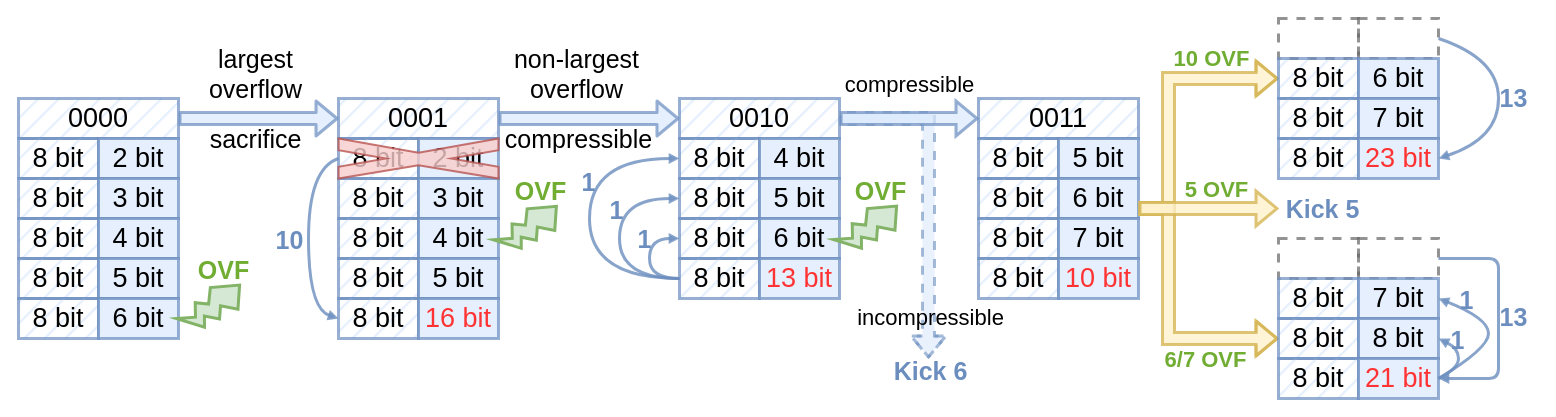
sql0316/hello-world keeps this draw.io diagram as page "running" (4 of 11) of EC.drawio. Above is the earlier version. Source tidied: cells renumbered, new cells numbered last; positions are measured from the earlier drawing's top-left corner, leaving out a move shared by most shapes. Both pictures are drawn from the tidied source at 100%, with x=0, y=0 at pixel (18, 18).
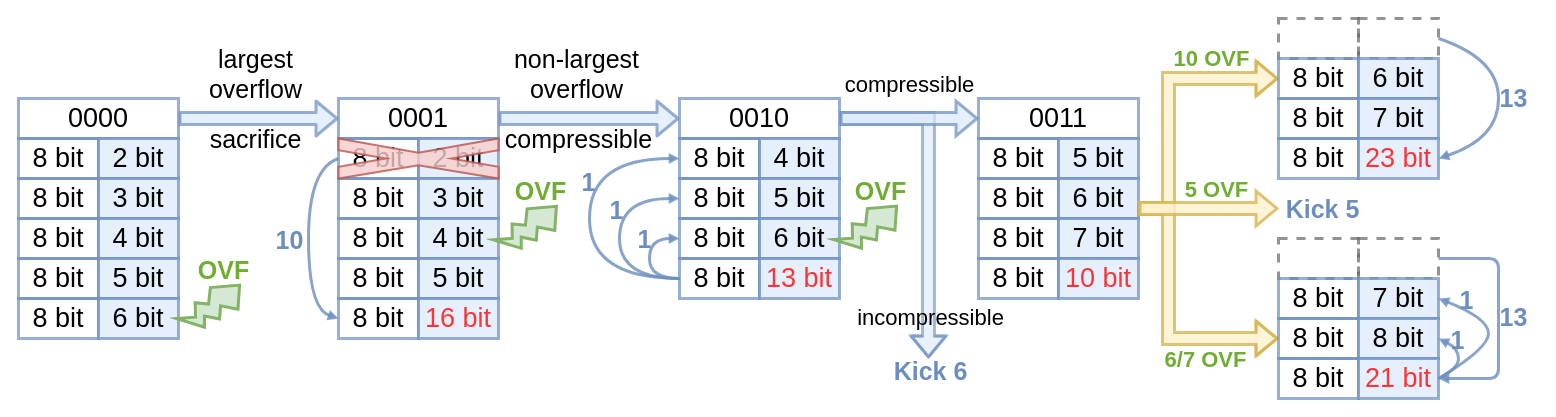
The same diagram, later.

What changed in the source:
```diff
@@
-    <mxCell id="6" style="jettySize=auto;html=1;startArrow=none;startFill=0;endArrow=block;endFill=0;strokeColor=#6c8ebf;strokeWidth=3;fontStyle=1;jumpStyle=gap;jumpSize=10;rounded=0;fontFamily=Helvetica;fontSize=30;fillColor=#dae8fc;shape=flexArrow;gradientDirection=south;opacity=60;exitX=1;exitY=0.5;exitDx=0;exitDy=0;dashed=1;" parent="1" edge="1" source="33">
+    <mxCell id="6" style="jettySize=auto;html=1;startArrow=none;startFill=0;endArrow=block;endFill=0;strokeColor=#6c8ebf;strokeWidth=3;fontStyle=1;jumpStyle=gap;jumpSize=10;rounded=0;fontFamily=Helvetica;fontSize=30;fillColor=#dae8fc;shape=flexArrow;gradientDirection=south;opacity=60;exitX=1;exitY=0.5;exitDx=0;exitDy=0;" parent="1" edge="1" source="33">
       <mxGeometry relative="1" as="geometry">
         <mxPoint x="910" y="340" as="targetPoint" />
         <Array as="points">
           <mxPoint x="910" y="100" />
         </Array>
       </mxGeometry>
     </mxCell>
@@
-    <mxCell id="8" value="&lt;font style=&quot;font-size: 27px;&quot;&gt;&lt;font style=&quot;font-size: 27px;&quot;&gt;0000&lt;/font&gt;&lt;br style=&quot;font-size: 27px;&quot;&gt;&lt;/font&gt;" style="rounded=0;whiteSpace=wrap;html=1;fontFamily=Helvetica;strokeWidth=3;fillColor=#dae8fc;strokeColor=#6c8ebf;fontSize=27;fillStyle=hatch;opacity=70;" parent="1" vertex="1">
+    <mxCell id="8" value="&lt;font style=&quot;font-size: 27px;&quot;&gt;&lt;font style=&quot;font-size: 27px;&quot;&gt;0000&lt;/font&gt;&lt;br style=&quot;font-size: 27px;&quot;&gt;&lt;/font&gt;" style="rounded=0;whiteSpace=wrap;html=1;fontFamily=Helvetica;strokeWidth=3;fillColor=none;strokeColor=#6c8ebf;fontSize=27;fillStyle=hatch;opacity=70;" parent="1" vertex="1">
       <mxGeometry y="80" width="160" height="40" as="geometry" />
     </mxCell>
-    <mxCell id="9" value="&lt;font style=&quot;font-size: 27px;&quot;&gt;&lt;font style=&quot;font-size: 27px;&quot;&gt;8 bit&lt;/font&gt;&lt;br style=&quot;font-size: 27px;&quot;&gt;&lt;/font&gt;" style="rounded=0;whiteSpace=wrap;html=1;fontFamily=Helvetica;strokeWidth=3;fillColor=#dae8fc;strokeColor=#6c8ebf;fontSize=27;fillStyle=hatch;opacity=70;" parent="1" vertex="1">
+    <mxCell id="9" value="&lt;font style=&quot;font-size: 27px;&quot;&gt;&lt;font style=&quot;font-size: 27px;&quot;&gt;8 bit&lt;/font&gt;&lt;br style=&quot;font-size: 27px;&quot;&gt;&lt;/font&gt;" style="rounded=0;whiteSpace=wrap;html=1;fontFamily=Helvetica;strokeWidth=3;fillColor=none;strokeColor=#6c8ebf;fontSize=27;fillStyle=hatch;opacity=70;" parent="1" vertex="1">
       <mxGeometry y="120" width="80" height="40" as="geometry" />
     </mxCell>
@@
-    <mxCell id="11" value="&lt;font style=&quot;font-size: 27px;&quot;&gt;&lt;font style=&quot;font-size: 27px;&quot;&gt;8 bit&lt;/font&gt;&lt;br style=&quot;font-size: 27px;&quot;&gt;&lt;/font&gt;" style="rounded=0;whiteSpace=wrap;html=1;fontFamily=Helvetica;strokeWidth=3;fillColor=#dae8fc;strokeColor=#6c8ebf;fontSize=27;fillStyle=hatch;opacity=70;" parent="1" vertex="1">
+    <mxCell id="11" value="&lt;font style=&quot;font-size: 27px;&quot;&gt;&lt;font style=&quot;font-size: 27px;&quot;&gt;8 bit&lt;/font&gt;&lt;br style=&quot;font-size: 27px;&quot;&gt;&lt;/font&gt;" style="rounded=0;whiteSpace=wrap;html=1;fontFamily=Helvetica;strokeWidth=3;fillColor=none;strokeColor=#6c8ebf;fontSize=27;fillStyle=hatch;opacity=70;" parent="1" vertex="1">
       <mxGeometry y="160" width="80" height="40" as="geometry" />
     </mxCell>
@@
-    <mxCell id="13" value="&lt;font style=&quot;font-size: 27px;&quot;&gt;&lt;font style=&quot;font-size: 27px;&quot;&gt;8 bit&lt;/font&gt;&lt;br style=&quot;font-size: 27px;&quot;&gt;&lt;/font&gt;" style="rounded=0;whiteSpace=wrap;html=1;fontFamily=Helvetica;strokeWidth=3;fillColor=#dae8fc;strokeColor=#6c8ebf;fontSize=27;fillStyle=hatch;opacity=70;" parent="1" vertex="1">
+    <mxCell id="13" value="&lt;font style=&quot;font-size: 27px;&quot;&gt;&lt;font style=&quot;font-size: 27px;&quot;&gt;8 bit&lt;/font&gt;&lt;br style=&quot;font-size: 27px;&quot;&gt;&lt;/font&gt;" style="rounded=0;whiteSpace=wrap;html=1;fontFamily=Helvetica;strokeWidth=3;fillColor=none;strokeColor=#6c8ebf;fontSize=27;fillStyle=hatch;opacity=70;" parent="1" vertex="1">
       <mxGeometry y="200" width="80" height="40" as="geometry" />
     </mxCell>
@@
-    <mxCell id="15" value="&lt;font style=&quot;font-size: 27px;&quot;&gt;&lt;font style=&quot;font-size: 27px;&quot;&gt;8 bit&lt;/font&gt;&lt;br style=&quot;font-size: 27px;&quot;&gt;&lt;/font&gt;" style="rounded=0;whiteSpace=wrap;html=1;fontFamily=Helvetica;strokeWidth=3;fillColor=#dae8fc;strokeColor=#6c8ebf;fontSize=27;fillStyle=hatch;opacity=70;" parent="1" vertex="1">
+    <mxCell id="15" value="&lt;font style=&quot;font-size: 27px;&quot;&gt;&lt;font style=&quot;font-size: 27px;&quot;&gt;8 bit&lt;/font&gt;&lt;br style=&quot;font-size: 27px;&quot;&gt;&lt;/font&gt;" style="rounded=0;whiteSpace=wrap;html=1;fontFamily=Helvetica;strokeWidth=3;fillColor=none;strokeColor=#6c8ebf;fontSize=27;fillStyle=hatch;opacity=70;" parent="1" vertex="1">
       <mxGeometry y="240" width="80" height="40" as="geometry" />
     </mxCell>
@@
-    <mxCell id="17" value="&lt;font style=&quot;font-size: 27px;&quot;&gt;&lt;font style=&quot;font-size: 27px;&quot;&gt;8 bit&lt;/font&gt;&lt;br style=&quot;font-size: 27px;&quot;&gt;&lt;/font&gt;" style="rounded=0;whiteSpace=wrap;html=1;fontFamily=Helvetica;strokeWidth=3;fillColor=#dae8fc;strokeColor=#6c8ebf;fontSize=27;fillStyle=hatch;opacity=70;" parent="1" vertex="1">
+    <mxCell id="17" value="&lt;font style=&quot;font-size: 27px;&quot;&gt;&lt;font style=&quot;font-size: 27px;&quot;&gt;8 bit&lt;/font&gt;&lt;br style=&quot;font-size: 27px;&quot;&gt;&lt;/font&gt;" style="rounded=0;whiteSpace=wrap;html=1;fontFamily=Helvetica;strokeWidth=3;fillColor=none;strokeColor=#6c8ebf;fontSize=27;fillStyle=hatch;opacity=70;" parent="1" vertex="1">
       <mxGeometry y="280" width="80" height="40" as="geometry" />
     </mxCell>
@@
-    <mxCell id="19" value="&lt;font style=&quot;font-size: 27px;&quot;&gt;&lt;font style=&quot;font-size: 27px;&quot;&gt;0001&lt;/font&gt;&lt;br style=&quot;font-size: 27px;&quot;&gt;&lt;/font&gt;" style="rounded=0;whiteSpace=wrap;html=1;fontFamily=Helvetica;strokeWidth=3;fillColor=#dae8fc;strokeColor=#6c8ebf;fontSize=27;fillStyle=hatch;opacity=70;" parent="1" vertex="1">
+    <mxCell id="19" value="&lt;font style=&quot;font-size: 27px;&quot;&gt;&lt;font style=&quot;font-size: 27px;&quot;&gt;0001&lt;/font&gt;&lt;br style=&quot;font-size: 27px;&quot;&gt;&lt;/font&gt;" style="rounded=0;whiteSpace=wrap;html=1;fontFamily=Helvetica;strokeWidth=3;fillColor=none;strokeColor=#6c8ebf;fontSize=27;fillStyle=hatch;opacity=70;" parent="1" vertex="1">
       <mxGeometry x="320" y="80" width="160" height="40" as="geometry" />
     </mxCell>
-    <mxCell id="20" value="&lt;font style=&quot;font-size: 27px;&quot;&gt;&lt;font style=&quot;font-size: 27px;&quot;&gt;8 bit&lt;/font&gt;&lt;br style=&quot;font-size: 27px;&quot;&gt;&lt;/font&gt;" style="rounded=0;whiteSpace=wrap;html=1;fontFamily=Helvetica;strokeWidth=3;fillColor=#dae8fc;strokeColor=#6c8ebf;fontSize=27;fillStyle=hatch;opacity=70;" parent="1" vertex="1">
+    <mxCell id="20" value="&lt;font style=&quot;font-size: 27px;&quot;&gt;&lt;font style=&quot;font-size: 27px;&quot;&gt;8 bit&lt;/font&gt;&lt;br style=&quot;font-size: 27px;&quot;&gt;&lt;/font&gt;" style="rounded=0;whiteSpace=wrap;html=1;fontFamily=Helvetica;strokeWidth=3;fillColor=none;strokeColor=#6c8ebf;fontSize=27;fillStyle=hatch;opacity=70;" parent="1" vertex="1">
       <mxGeometry x="320" y="120" width="80" height="40" as="geometry" />
     </mxCell>
@@
-    <mxCell id="22" value="&lt;font style=&quot;font-size: 27px;&quot;&gt;&lt;font style=&quot;font-size: 27px;&quot;&gt;8 bit&lt;/font&gt;&lt;br style=&quot;font-size: 27px;&quot;&gt;&lt;/font&gt;" style="rounded=0;whiteSpace=wrap;html=1;fontFamily=Helvetica;strokeWidth=3;fillColor=#dae8fc;strokeColor=#6c8ebf;fontSize=27;fillStyle=hatch;opacity=70;" parent="1" vertex="1">
+    <mxCell id="22" value="&lt;font style=&quot;font-size: 27px;&quot;&gt;&lt;font style=&quot;font-size: 27px;&quot;&gt;8 bit&lt;/font&gt;&lt;br style=&quot;font-size: 27px;&quot;&gt;&lt;/font&gt;" style="rounded=0;whiteSpace=wrap;html=1;fontFamily=Helvetica;strokeWidth=3;fillColor=none;strokeColor=#6c8ebf;fontSize=27;fillStyle=hatch;opacity=70;" parent="1" vertex="1">
       <mxGeometry x="320" y="160" width="80" height="40" as="geometry" />
     </mxCell>
@@
-    <mxCell id="24" value="&lt;font style=&quot;font-size: 27px;&quot;&gt;&lt;font style=&quot;font-size: 27px;&quot;&gt;8 bit&lt;/font&gt;&lt;br style=&quot;font-size: 27px;&quot;&gt;&lt;/font&gt;" style="rounded=0;whiteSpace=wrap;html=1;fontFamily=Helvetica;strokeWidth=3;fillColor=#dae8fc;strokeColor=#6c8ebf;fontSize=27;fillStyle=hatch;opacity=70;" parent="1" vertex="1">
+    <mxCell id="24" value="&lt;font style=&quot;font-size: 27px;&quot;&gt;&lt;font style=&quot;font-size: 27px;&quot;&gt;8 bit&lt;/font&gt;&lt;br style=&quot;font-size: 27px;&quot;&gt;&lt;/font&gt;" style="rounded=0;whiteSpace=wrap;html=1;fontFamily=Helvetica;strokeWidth=3;fillColor=none;strokeColor=#6c8ebf;fontSize=27;fillStyle=hatch;opacity=70;" parent="1" vertex="1">
       <mxGeometry x="320" y="200" width="80" height="40" as="geometry" />
     </mxCell>
@@
-    <mxCell id="26" value="&lt;font style=&quot;font-size: 27px;&quot;&gt;&lt;font style=&quot;font-size: 27px;&quot;&gt;8 bit&lt;/font&gt;&lt;br style=&quot;font-size: 27px;&quot;&gt;&lt;/font&gt;" style="rounded=0;whiteSpace=wrap;html=1;fontFamily=Helvetica;strokeWidth=3;fillColor=#dae8fc;strokeColor=#6c8ebf;fontSize=27;fillStyle=hatch;opacity=70;" parent="1" vertex="1">
+    <mxCell id="26" value="&lt;font style=&quot;font-size: 27px;&quot;&gt;&lt;font style=&quot;font-size: 27px;&quot;&gt;8 bit&lt;/font&gt;&lt;br style=&quot;font-size: 27px;&quot;&gt;&lt;/font&gt;" style="rounded=0;whiteSpace=wrap;html=1;fontFamily=Helvetica;strokeWidth=3;fillColor=none;strokeColor=#6c8ebf;fontSize=27;fillStyle=hatch;opacity=70;" parent="1" vertex="1">
       <mxGeometry x="320" y="240" width="80" height="40" as="geometry" />
     </mxCell>
@@
-    <mxCell id="28" value="&lt;font style=&quot;font-size: 27px;&quot;&gt;&lt;font style=&quot;font-size: 27px;&quot;&gt;8 bit&lt;/font&gt;&lt;br style=&quot;font-size: 27px;&quot;&gt;&lt;/font&gt;" style="rounded=0;whiteSpace=wrap;html=1;fontFamily=Helvetica;strokeWidth=3;fillColor=#dae8fc;strokeColor=#6c8ebf;fontSize=27;fillStyle=hatch;opacity=70;" parent="1" vertex="1">
+    <mxCell id="28" value="&lt;font style=&quot;font-size: 27px;&quot;&gt;&lt;font style=&quot;font-size: 27px;&quot;&gt;8 bit&lt;/font&gt;&lt;br style=&quot;font-size: 27px;&quot;&gt;&lt;/font&gt;" style="rounded=0;whiteSpace=wrap;html=1;fontFamily=Helvetica;strokeWidth=3;fillColor=none;strokeColor=#6c8ebf;fontSize=27;fillStyle=hatch;opacity=70;" parent="1" vertex="1">
       <mxGeometry x="320" y="280" width="80" height="40" as="geometry" />
     </mxCell>
@@
-    <mxCell id="33" value="&lt;font style=&quot;font-size: 27px;&quot;&gt;&lt;font style=&quot;font-size: 27px;&quot;&gt;0010&lt;/font&gt;&lt;br style=&quot;font-size: 27px;&quot;&gt;&lt;/font&gt;" style="rounded=0;whiteSpace=wrap;html=1;fontFamily=Helvetica;strokeWidth=3;fillColor=#dae8fc;strokeColor=#6c8ebf;fontSize=27;fillStyle=hatch;opacity=70;" parent="1" vertex="1">
+    <mxCell id="33" value="&lt;font style=&quot;font-size: 27px;&quot;&gt;&lt;font style=&quot;font-size: 27px;&quot;&gt;0010&lt;/font&gt;&lt;br style=&quot;font-size: 27px;&quot;&gt;&lt;/font&gt;" style="rounded=0;whiteSpace=wrap;html=1;fontFamily=Helvetica;strokeWidth=3;fillColor=none;strokeColor=#6c8ebf;fontSize=27;fillStyle=hatch;opacity=70;" parent="1" vertex="1">
       <mxGeometry x="661" y="80" width="160" height="40" as="geometry" />
     </mxCell>
-    <mxCell id="34" value="&lt;font style=&quot;font-size: 27px;&quot;&gt;&lt;font style=&quot;font-size: 27px;&quot;&gt;8 bit&lt;/font&gt;&lt;br style=&quot;font-size: 27px;&quot;&gt;&lt;/font&gt;" style="rounded=0;whiteSpace=wrap;html=1;fontFamily=Helvetica;strokeWidth=3;fillColor=#dae8fc;strokeColor=#6c8ebf;fontSize=27;fillStyle=hatch;opacity=70;" parent="1" vertex="1">
+    <mxCell id="34" value="&lt;font style=&quot;font-size: 27px;&quot;&gt;&lt;font style=&quot;font-size: 27px;&quot;&gt;8 bit&lt;/font&gt;&lt;br style=&quot;font-size: 27px;&quot;&gt;&lt;/font&gt;" style="rounded=0;whiteSpace=wrap;html=1;fontFamily=Helvetica;strokeWidth=3;fillColor=none;strokeColor=#6c8ebf;fontSize=27;fillStyle=hatch;opacity=70;" parent="1" vertex="1">
       <mxGeometry x="661" y="120" width="80" height="40" as="geometry" />
     </mxCell>
@@
-    <mxCell id="36" value="&lt;font style=&quot;font-size: 27px;&quot;&gt;&lt;font style=&quot;font-size: 27px;&quot;&gt;8 bit&lt;/font&gt;&lt;br style=&quot;font-size: 27px;&quot;&gt;&lt;/font&gt;" style="rounded=0;whiteSpace=wrap;html=1;fontFamily=Helvetica;strokeWidth=3;fillColor=#dae8fc;strokeColor=#6c8ebf;fontSize=27;fillStyle=hatch;opacity=70;" parent="1" vertex="1">
+    <mxCell id="36" value="&lt;font style=&quot;font-size: 27px;&quot;&gt;&lt;font style=&quot;font-size: 27px;&quot;&gt;8 bit&lt;/font&gt;&lt;br style=&quot;font-size: 27px;&quot;&gt;&lt;/font&gt;" style="rounded=0;whiteSpace=wrap;html=1;fontFamily=Helvetica;strokeWidth=3;fillColor=none;strokeColor=#6c8ebf;fontSize=27;fillStyle=hatch;opacity=70;" parent="1" vertex="1">
       <mxGeometry x="661" y="160" width="80" height="40" as="geometry" />
     </mxCell>
@@
-    <mxCell id="38" value="&lt;font style=&quot;font-size: 27px;&quot;&gt;&lt;font style=&quot;font-size: 27px;&quot;&gt;8 bit&lt;/font&gt;&lt;br style=&quot;font-size: 27px;&quot;&gt;&lt;/font&gt;" style="rounded=0;whiteSpace=wrap;html=1;fontFamily=Helvetica;strokeWidth=3;fillColor=#dae8fc;strokeColor=#6c8ebf;fontSize=27;fillStyle=hatch;opacity=70;" parent="1" vertex="1">
+    <mxCell id="38" value="&lt;font style=&quot;font-size: 27px;&quot;&gt;&lt;font style=&quot;font-size: 27px;&quot;&gt;8 bit&lt;/font&gt;&lt;br style=&quot;font-size: 27px;&quot;&gt;&lt;/font&gt;" style="rounded=0;whiteSpace=wrap;html=1;fontFamily=Helvetica;strokeWidth=3;fillColor=none;strokeColor=#6c8ebf;fontSize=27;fillStyle=hatch;opacity=70;" parent="1" vertex="1">
       <mxGeometry x="661" y="200" width="80" height="40" as="geometry" />
     </mxCell>
@@
-    <mxCell id="40" value="&lt;font style=&quot;font-size: 27px;&quot;&gt;&lt;font style=&quot;font-size: 27px;&quot;&gt;8 bit&lt;/font&gt;&lt;br style=&quot;font-size: 27px;&quot;&gt;&lt;/font&gt;" style="rounded=0;whiteSpace=wrap;html=1;fontFamily=Helvetica;strokeWidth=3;fillColor=#dae8fc;strokeColor=#6c8ebf;fontSize=27;fillStyle=hatch;opacity=70;" parent="1" vertex="1">
+    <mxCell id="40" value="&lt;font style=&quot;font-size: 27px;&quot;&gt;&lt;font style=&quot;font-size: 27px;&quot;&gt;8 bit&lt;/font&gt;&lt;br style=&quot;font-size: 27px;&quot;&gt;&lt;/font&gt;" style="rounded=0;whiteSpace=wrap;html=1;fontFamily=Helvetica;strokeWidth=3;fillColor=none;strokeColor=#6c8ebf;fontSize=27;fillStyle=hatch;opacity=70;" parent="1" vertex="1">
       <mxGeometry x="661" y="240" width="80" height="40" as="geometry" />
     </mxCell>
@@
-    <mxCell id="58" value="&lt;font style=&quot;font-size: 27px;&quot;&gt;&lt;font style=&quot;font-size: 27px;&quot;&gt;0011&lt;/font&gt;&lt;br style=&quot;font-size: 27px;&quot;&gt;&lt;/font&gt;" style="rounded=0;whiteSpace=wrap;html=1;fontFamily=Helvetica;strokeWidth=3;fillColor=#dae8fc;strokeColor=#6c8ebf;fontSize=27;fillStyle=hatch;opacity=70;" parent="1" vertex="1">
+    <mxCell id="58" value="&lt;font style=&quot;font-size: 27px;&quot;&gt;&lt;font style=&quot;font-size: 27px;&quot;&gt;0011&lt;/font&gt;&lt;br style=&quot;font-size: 27px;&quot;&gt;&lt;/font&gt;" style="rounded=0;whiteSpace=wrap;html=1;fontFamily=Helvetica;strokeWidth=3;fillColor=none;strokeColor=#6c8ebf;fontSize=27;fillStyle=hatch;opacity=70;" parent="1" vertex="1">
       <mxGeometry x="960" y="80" width="160" height="40" as="geometry" />
     </mxCell>
-    <mxCell id="59" value="&lt;font style=&quot;font-size: 27px;&quot;&gt;&lt;font style=&quot;font-size: 27px;&quot;&gt;8 bit&lt;/font&gt;&lt;br style=&quot;font-size: 27px;&quot;&gt;&lt;/font&gt;" style="rounded=0;whiteSpace=wrap;html=1;fontFamily=Helvetica;strokeWidth=3;fillColor=#dae8fc;strokeColor=#6c8ebf;fontSize=27;fillStyle=hatch;opacity=70;" parent="1" vertex="1">
+    <mxCell id="59" value="&lt;font style=&quot;font-size: 27px;&quot;&gt;&lt;font style=&quot;font-size: 27px;&quot;&gt;8 bit&lt;/font&gt;&lt;br style=&quot;font-size: 27px;&quot;&gt;&lt;/font&gt;" style="rounded=0;whiteSpace=wrap;html=1;fontFamily=Helvetica;strokeWidth=3;fillColor=none;strokeColor=#6c8ebf;fontSize=27;fillStyle=hatch;opacity=70;" parent="1" vertex="1">
       <mxGeometry x="960" y="120" width="80" height="40" as="geometry" />
     </mxCell>
@@
-    <mxCell id="61" value="&lt;font style=&quot;font-size: 27px;&quot;&gt;&lt;font style=&quot;font-size: 27px;&quot;&gt;8 bit&lt;/font&gt;&lt;br style=&quot;font-size: 27px;&quot;&gt;&lt;/font&gt;" style="rounded=0;whiteSpace=wrap;html=1;fontFamily=Helvetica;strokeWidth=3;fillColor=#dae8fc;strokeColor=#6c8ebf;fontSize=27;fillStyle=hatch;opacity=70;" parent="1" vertex="1">
+    <mxCell id="61" value="&lt;font style=&quot;font-size: 27px;&quot;&gt;&lt;font style=&quot;font-size: 27px;&quot;&gt;8 bit&lt;/font&gt;&lt;br style=&quot;font-size: 27px;&quot;&gt;&lt;/font&gt;" style="rounded=0;whiteSpace=wrap;html=1;fontFamily=Helvetica;strokeWidth=3;fillColor=none;strokeColor=#6c8ebf;fontSize=27;fillStyle=hatch;opacity=70;" parent="1" vertex="1">
       <mxGeometry x="960" y="160" width="80" height="40" as="geometry" />
     </mxCell>
@@
-    <mxCell id="63" value="&lt;font style=&quot;font-size: 27px;&quot;&gt;&lt;font style=&quot;font-size: 27px;&quot;&gt;8 bit&lt;/font&gt;&lt;br style=&quot;font-size: 27px;&quot;&gt;&lt;/font&gt;" style="rounded=0;whiteSpace=wrap;html=1;fontFamily=Helvetica;strokeWidth=3;fillColor=#dae8fc;strokeColor=#6c8ebf;fontSize=27;fillStyle=hatch;opacity=70;" parent="1" vertex="1">
+    <mxCell id="63" value="&lt;font style=&quot;font-size: 27px;&quot;&gt;&lt;font style=&quot;font-size: 27px;&quot;&gt;8 bit&lt;/font&gt;&lt;br style=&quot;font-size: 27px;&quot;&gt;&lt;/font&gt;" style="rounded=0;whiteSpace=wrap;html=1;fontFamily=Helvetica;strokeWidth=3;fillColor=none;strokeColor=#6c8ebf;fontSize=27;fillStyle=hatch;opacity=70;" parent="1" vertex="1">
       <mxGeometry x="960" y="200" width="80" height="40" as="geometry" />
     </mxCell>
@@
-    <mxCell id="65" value="&lt;font style=&quot;font-size: 27px;&quot;&gt;&lt;font style=&quot;font-size: 27px;&quot;&gt;8 bit&lt;/font&gt;&lt;br style=&quot;font-size: 27px;&quot;&gt;&lt;/font&gt;" style="rounded=0;whiteSpace=wrap;html=1;fontFamily=Helvetica;strokeWidth=3;fillColor=#dae8fc;strokeColor=#6c8ebf;fontSize=27;fillStyle=hatch;opacity=70;" parent="1" vertex="1">
+    <mxCell id="65" value="&lt;font style=&quot;font-size: 27px;&quot;&gt;&lt;font style=&quot;font-size: 27px;&quot;&gt;8 bit&lt;/font&gt;&lt;br style=&quot;font-size: 27px;&quot;&gt;&lt;/font&gt;" style="rounded=0;whiteSpace=wrap;html=1;fontFamily=Helvetica;strokeWidth=3;fillColor=none;strokeColor=#6c8ebf;fontSize=27;fillStyle=hatch;opacity=70;" parent="1" vertex="1">
       <mxGeometry x="960" y="240" width="80" height="40" as="geometry" />
     </mxCell>
@@
-    <mxCell id="73" value="&lt;font style=&quot;font-size: 27px;&quot;&gt;&lt;font style=&quot;font-size: 27px;&quot;&gt;8 bit&lt;/font&gt;&lt;br style=&quot;font-size: 27px;&quot;&gt;&lt;/font&gt;" style="rounded=0;whiteSpace=wrap;html=1;fontFamily=Helvetica;strokeWidth=3;fillColor=#dae8fc;strokeColor=#6c8ebf;fontSize=27;fillStyle=hatch;opacity=70;" parent="1" vertex="1">
+    <mxCell id="73" value="&lt;font style=&quot;font-size: 27px;&quot;&gt;&lt;font style=&quot;font-size: 27px;&quot;&gt;8 bit&lt;/font&gt;&lt;br style=&quot;font-size: 27px;&quot;&gt;&lt;/font&gt;" style="rounded=0;whiteSpace=wrap;html=1;fontFamily=Helvetica;strokeWidth=3;fillColor=none;strokeColor=#6c8ebf;fontSize=27;fillStyle=hatch;opacity=70;" parent="1" vertex="1">
       <mxGeometry x="1260" y="40" width="80" height="40" as="geometry" />
     </mxCell>
@@
-    <mxCell id="75" value="&lt;font style=&quot;font-size: 27px;&quot;&gt;&lt;font style=&quot;font-size: 27px;&quot;&gt;8 bit&lt;/font&gt;&lt;br style=&quot;font-size: 27px;&quot;&gt;&lt;/font&gt;" style="rounded=0;whiteSpace=wrap;html=1;fontFamily=Helvetica;strokeWidth=3;fillColor=#dae8fc;strokeColor=#6c8ebf;fontSize=27;fillStyle=hatch;opacity=70;" parent="1" vertex="1">
+    <mxCell id="75" value="&lt;font style=&quot;font-size: 27px;&quot;&gt;&lt;font style=&quot;font-size: 27px;&quot;&gt;8 bit&lt;/font&gt;&lt;br style=&quot;font-size: 27px;&quot;&gt;&lt;/font&gt;" style="rounded=0;whiteSpace=wrap;html=1;fontFamily=Helvetica;strokeWidth=3;fillColor=none;strokeColor=#6c8ebf;fontSize=27;fillStyle=hatch;opacity=70;" parent="1" vertex="1">
       <mxGeometry x="1260" y="80" width="80" height="40" as="geometry" />
     </mxCell>
@@
-    <mxCell id="77" value="&lt;font style=&quot;font-size: 27px;&quot;&gt;&lt;font style=&quot;font-size: 27px;&quot;&gt;8 bit&lt;/font&gt;&lt;br style=&quot;font-size: 27px;&quot;&gt;&lt;/font&gt;" style="rounded=0;whiteSpace=wrap;html=1;fontFamily=Helvetica;strokeWidth=3;fillColor=#dae8fc;strokeColor=#6c8ebf;fontSize=27;fillStyle=hatch;opacity=70;" parent="1" vertex="1">
+    <mxCell id="77" value="&lt;font style=&quot;font-size: 27px;&quot;&gt;&lt;font style=&quot;font-size: 27px;&quot;&gt;8 bit&lt;/font&gt;&lt;br style=&quot;font-size: 27px;&quot;&gt;&lt;/font&gt;" style="rounded=0;whiteSpace=wrap;html=1;fontFamily=Helvetica;strokeWidth=3;fillColor=none;strokeColor=#6c8ebf;fontSize=27;fillStyle=hatch;opacity=70;" parent="1" vertex="1">
       <mxGeometry x="1260" y="120" width="80" height="40" as="geometry" />
     </mxCell>
@@
-    <mxCell id="79" value="&lt;font style=&quot;font-size: 27px;&quot;&gt;&lt;font style=&quot;font-size: 27px;&quot;&gt;8 bit&lt;/font&gt;&lt;br style=&quot;font-size: 27px;&quot;&gt;&lt;/font&gt;" style="rounded=0;whiteSpace=wrap;html=1;fontFamily=Helvetica;strokeWidth=3;fillColor=#dae8fc;strokeColor=#6c8ebf;fontSize=27;fillStyle=hatch;opacity=70;" parent="1" vertex="1">
+    <mxCell id="79" value="&lt;font style=&quot;font-size: 27px;&quot;&gt;&lt;font style=&quot;font-size: 27px;&quot;&gt;8 bit&lt;/font&gt;&lt;br style=&quot;font-size: 27px;&quot;&gt;&lt;/font&gt;" style="rounded=0;whiteSpace=wrap;html=1;fontFamily=Helvetica;strokeWidth=3;fillColor=none;strokeColor=#6c8ebf;fontSize=27;fillStyle=hatch;opacity=70;" parent="1" vertex="1">
       <mxGeometry x="1260" y="260" width="80" height="40" as="geometry" />
     </mxCell>
@@
-    <mxCell id="81" value="&lt;font style=&quot;font-size: 27px;&quot;&gt;&lt;font style=&quot;font-size: 27px;&quot;&gt;8 bit&lt;/font&gt;&lt;br style=&quot;font-size: 27px;&quot;&gt;&lt;/font&gt;" style="rounded=0;whiteSpace=wrap;html=1;fontFamily=Helvetica;strokeWidth=3;fillColor=#dae8fc;strokeColor=#6c8ebf;fontSize=27;fillStyle=hatch;opacity=70;" parent="1" vertex="1">
+    <mxCell id="81" value="&lt;font style=&quot;font-size: 27px;&quot;&gt;&lt;font style=&quot;font-size: 27px;&quot;&gt;8 bit&lt;/font&gt;&lt;br style=&quot;font-size: 27px;&quot;&gt;&lt;/font&gt;" style="rounded=0;whiteSpace=wrap;html=1;fontFamily=Helvetica;strokeWidth=3;fillColor=none;strokeColor=#6c8ebf;fontSize=27;fillStyle=hatch;opacity=70;" parent="1" vertex="1">
       <mxGeometry x="1260" y="300" width="80" height="40" as="geometry" />
     </mxCell>
@@
-    <mxCell id="83" value="&lt;font style=&quot;font-size: 27px;&quot;&gt;&lt;font style=&quot;font-size: 27px;&quot;&gt;8 bit&lt;/font&gt;&lt;br style=&quot;font-size: 27px;&quot;&gt;&lt;/font&gt;" style="rounded=0;whiteSpace=wrap;html=1;fontFamily=Helvetica;strokeWidth=3;fillColor=#dae8fc;strokeColor=#6c8ebf;fontSize=27;fillStyle=hatch;opacity=70;" parent="1" vertex="1">
+    <mxCell id="83" value="&lt;font style=&quot;font-size: 27px;&quot;&gt;&lt;font style=&quot;font-size: 27px;&quot;&gt;8 bit&lt;/font&gt;&lt;br style=&quot;font-size: 27px;&quot;&gt;&lt;/font&gt;" style="rounded=0;whiteSpace=wrap;html=1;fontFamily=Helvetica;strokeWidth=3;fillColor=none;strokeColor=#6c8ebf;fontSize=27;fillStyle=hatch;opacity=70;" parent="1" vertex="1">
       <mxGeometry x="1260" y="340" width="80" height="40" as="geometry" />
     </mxCell>
```
